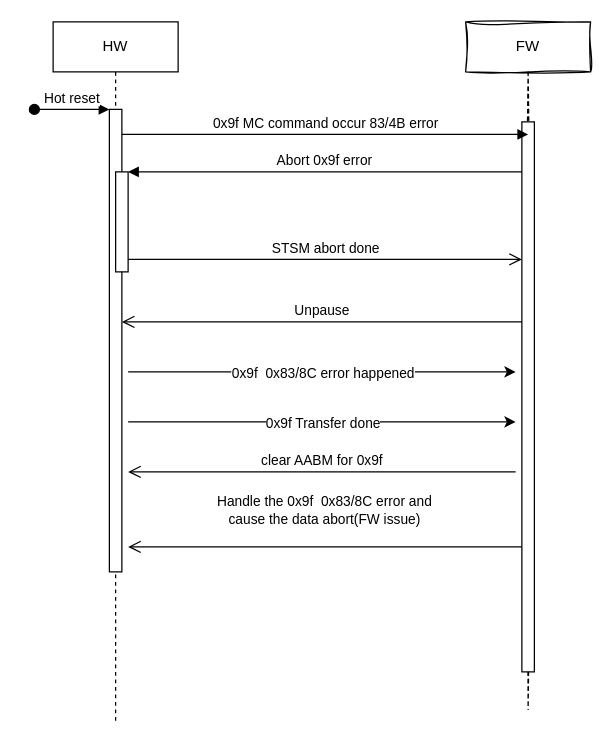
The draw.io diagram MCAbort.drawio in pengjianaixue/ARM-abi-doc, before the edit. Source tidied: cells renumbered, new cells numbered last; positions are measured from the earlier drawing's top-left corner, leaving out a move shared by most shapes. Both pictures are drawn from the tidied source at 125%, with x=0, y=0 at pixel (34, 21).
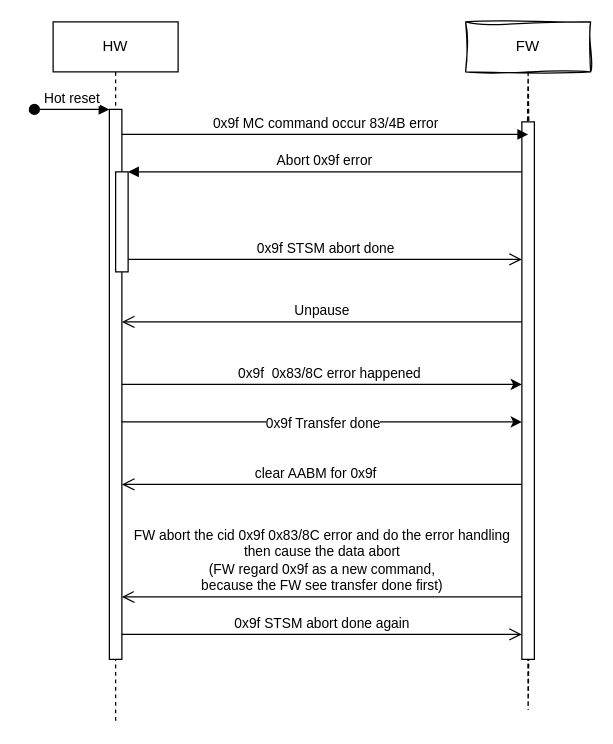
The same page after the edit.

Unchanged cells that the change refers to:
```xml
<mxCell id="2" value="HW" style="shape=umlLifeline;perimeter=lifelinePerimeter;whiteSpace=wrap;html=1;newEdgeStyle={&quot;edgeStyle&quot;:&quot;elbowEdgeStyle&quot;,&quot;elbow&quot;:&quot;vertical&quot;,&quot;curved&quot;:0,&quot;rounded&quot;:0};" parent="1" vertex="1">
  <mxGeometry x="15" width="100" height="560" as="geometry" />
</mxCell>
<mxCell id="5" style="html=1;points=[];perimeter=orthogonalPerimeter;outlineConnect=0;targetShapes=umlLifeline;portConstraint=eastwest;newEdgeStyle={&quot;edgeStyle&quot;:&quot;elbowEdgeStyle&quot;,&quot;elbow&quot;:&quot;vertical&quot;,&quot;curved&quot;:0,&quot;rounded&quot;:0};" parent="2" vertex="1">
  <mxGeometry x="50" y="120" width="10" height="80" as="geometry" />
</mxCell>
<mxCell id="6" value="FW" style="shape=umlLifeline;perimeter=lifelinePerimeter;whiteSpace=wrap;html=1;newEdgeStyle={&quot;edgeStyle&quot;:&quot;elbowEdgeStyle&quot;,&quot;elbow&quot;:&quot;vertical&quot;,&quot;curved&quot;:0,&quot;rounded&quot;:0};sketch=1;curveFitting=1;jiggle=2;" parent="1" vertex="1">
  <mxGeometry x="345" width="100" height="550" as="geometry" />
</mxCell>
```

Diff of the diagram source:
```diff
@@
     <mxCell id="3" style="html=1;points=[];perimeter=orthogonalPerimeter;outlineConnect=0;targetShapes=umlLifeline;portConstraint=eastwest;newEdgeStyle={&quot;edgeStyle&quot;:&quot;elbowEdgeStyle&quot;,&quot;elbow&quot;:&quot;vertical&quot;,&quot;curved&quot;:0,&quot;rounded&quot;:0};" parent="2" vertex="1">
-      <mxGeometry x="45" y="70" width="10" height="370" as="geometry" />
+      <mxGeometry x="45" y="70" width="10" height="440" as="geometry" />
     </mxCell>
@@
     <mxCell id="7" style="html=1;points=[];perimeter=orthogonalPerimeter;outlineConnect=0;targetShapes=umlLifeline;portConstraint=eastwest;newEdgeStyle={&quot;edgeStyle&quot;:&quot;elbowEdgeStyle&quot;,&quot;elbow&quot;:&quot;vertical&quot;,&quot;curved&quot;:0,&quot;rounded&quot;:0};" parent="6" vertex="1">
-      <mxGeometry x="45" y="80" width="10" height="440" as="geometry" />
+      <mxGeometry x="45" y="80" width="10" height="430" as="geometry" />
     </mxCell>
@@
-    <mxCell id="11" value="STSM abort done" style="html=1;verticalAlign=bottom;endArrow=open;endSize=8;edgeStyle=elbowEdgeStyle;elbow=vertical;curved=0;rounded=0;" parent="1" edge="1" source="5" target="7">
+    <mxCell id="11" value="0x9f STSM abort done" style="html=1;verticalAlign=bottom;endArrow=open;endSize=8;edgeStyle=elbowEdgeStyle;elbow=vertical;curved=0;rounded=0;" parent="1" edge="1" source="5" target="7">
       <mxGeometry relative="1" as="geometry">
         <Array as="points">
           <mxPoint x="155" y="190" />
         </Array>
       </mxGeometry>
     </mxCell>
     <mxCell id="12" style="endArrow=classic;html=1;rounded=0;" parent="1" edge="1">
       <mxGeometry relative="1" as="geometry">
-        <mxPoint x="75" y="320" as="sourcePoint" />
-        <mxPoint x="385" y="320" as="targetPoint" />
+        <mxPoint x="70" y="320" as="sourcePoint" />
+        <mxPoint x="390" y="320" as="targetPoint" />
       </mxGeometry>
     </mxCell>
@@
-    <mxCell id="14" style="endArrow=classic;html=1;rounded=0;" parent="1" edge="1">
-      <mxGeometry relative="1" as="geometry">
-        <mxPoint x="75" y="280" as="sourcePoint" />
-        <mxPoint x="385" y="280" as="targetPoint" />
-      </mxGeometry>
+    <mxCell id="14" style="endArrow=classic;html=1;rounded=0;" parent="1" edge="1" source="3" target="7">
+      <mxGeometry relative="1" as="geometry" />
     </mxCell>
     <mxCell id="15" value="0x9f&amp;nbsp; 0x83/8C error happened" style="edgeLabel;html=1;align=center;verticalAlign=middle;" parent="14" vertex="1">
-      <mxGeometry relative="1" as="geometry" />
+      <mxGeometry relative="1" as="geometry">
+        <mxPoint x="5" y="-10" as="offset" />
+      </mxGeometry>
     </mxCell>
     <mxCell id="16" value="clear AABM for 0x9f" style="html=1;verticalAlign=bottom;endArrow=open;endSize=8;edgeStyle=elbowEdgeStyle;elbow=vertical;curved=0;rounded=0;" parent="1" edge="1">
-      <mxGeometry relative="1" as="geometry">
-        <mxPoint x="385" y="360" as="sourcePoint" />
-        <mxPoint x="75" y="360" as="targetPoint" />
+      <mxGeometry x="0.03" relative="1" as="geometry">
+        <mxPoint x="390" y="370" as="sourcePoint" />
+        <mxPoint x="70" y="370" as="targetPoint" />
         <Array as="points">
-          <mxPoint x="160" y="360" />
+          <mxPoint x="160" y="370" />
         </Array>
       </mxGeometry>
     </mxCell>
-    <mxCell id="17" value="Handle the 0x9f&amp;nbsp; 0x83/8C error and &lt;br&gt;cause the data abort(FW issue)&lt;br&gt;&amp;nbsp;" style="html=1;verticalAlign=bottom;endArrow=open;endSize=8;edgeStyle=elbowEdgeStyle;elbow=vertical;curved=0;rounded=0;" parent="1" edge="1" source="7">
+    <mxCell id="17" value="FW abort the cid 0x9f 0x83/8C error and do the error handling &lt;br&gt;then cause the data abort&lt;br&gt;(FW&amp;nbsp;regard 0x9f&amp;nbsp;as a new command,&lt;br&gt;because the FW see transfer done first)" style="html=1;verticalAlign=bottom;endArrow=open;endSize=8;edgeStyle=elbowEdgeStyle;elbow=vertical;curved=0;rounded=0;" parent="1" edge="1" target="3">
       <mxGeometry relative="1" as="geometry">
-        <mxPoint x="75" y="420" as="targetPoint" />
+        <mxPoint x="390" y="460" as="sourcePoint" />
         <Array as="points">
-          <mxPoint x="160" y="420" />
+          <mxPoint x="160" y="460" />
         </Array>
       </mxGeometry>
     </mxCell>
+    <mxCell id="18" value="0x9f STSM abort done again" style="html=1;verticalAlign=bottom;endArrow=open;endSize=8;edgeStyle=elbowEdgeStyle;elbow=vertical;curved=0;rounded=0;" parent="1" edge="1" source="3">
+      <mxGeometry relative="1" as="geometry">
+        <mxPoint x="390" y="490" as="targetPoint" />
+        <Array as="points">
+          <mxPoint x="155" y="490" />
+        </Array>
+      </mxGeometry>
+    </mxCell>
```
